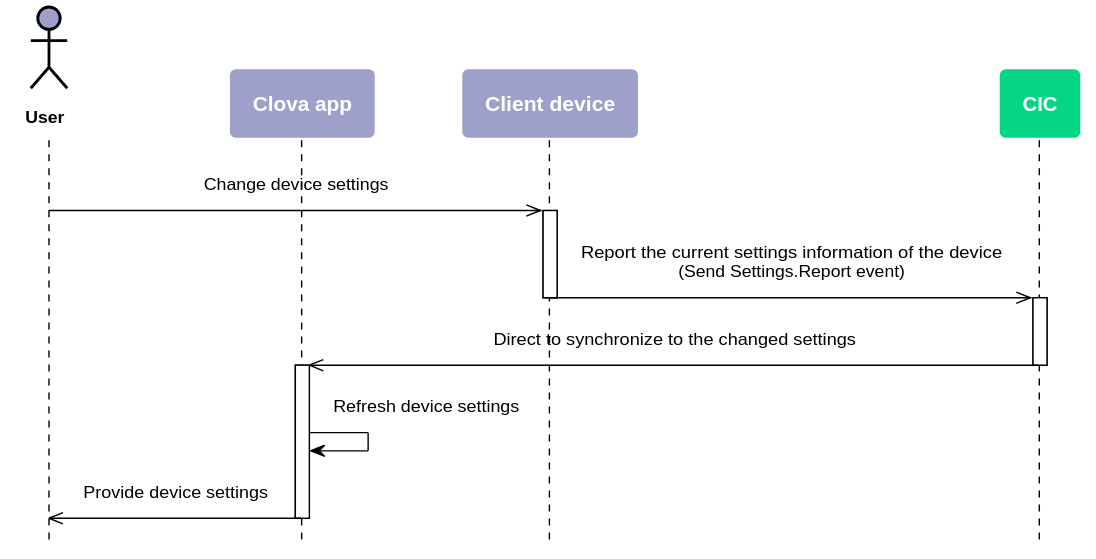
Earlier version of the PlantUML export en-KR/Develop/Assets/Images/CIC_Settings_Change_Settings_On_Device.svg (muchokwon/clova-client-developer-guide).
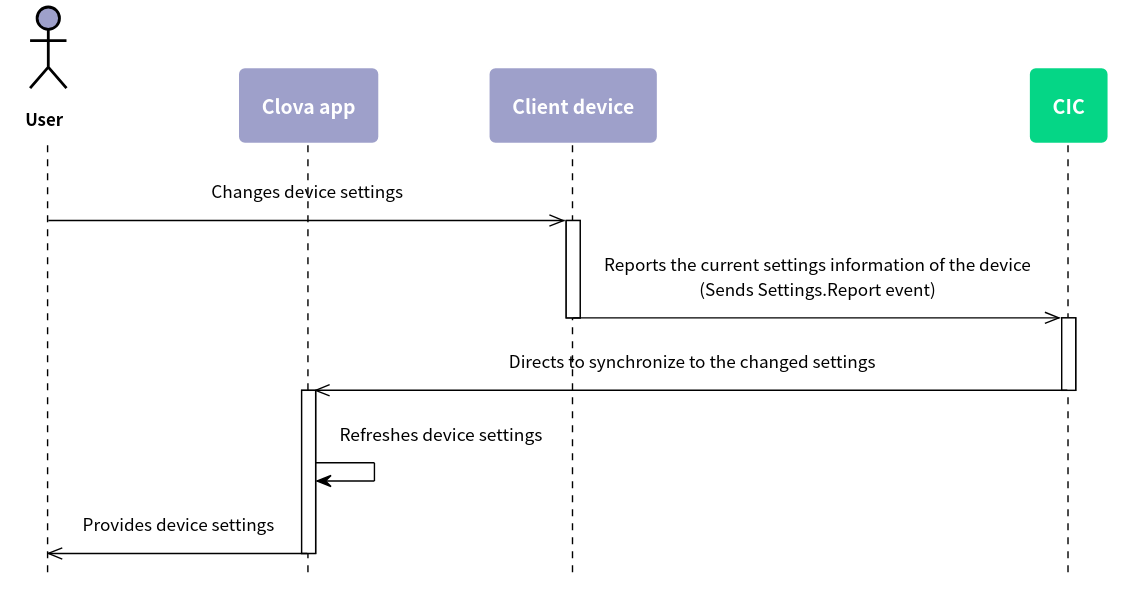
After the change.

Diff of the diagram source:
```diff
@@ -5,54 +5,72 @@
 skinparam roundcorner 10
 skinparam padding 10
 skinparam defaultFontSize 12
+skinparam defaultFontName "Noto Sans CJK KR"
+
+skinparam note {
+  BackgroundColor #9EA0CA
+  BorderColor #ffffff
+  FontColor #ffffff
+  FontSize 14
+  FontStyle bold
+}
+
 skinparam sequence {
-	ArrowColor #000000
-	ActorBorderColor #000000
-	ActorFontStyle Bolder
+  ArrowColor #000000
+  ActorBorderColor #000000
+  ActorFontStyle Bolder
 
-	LifeLineBorderColor #000000
-	LifeLineBackgroundColor transparent
-	ParticipantBorderColor transparent
-	ParticipantFontSize 14
-	ParticipantFontColor #ffffff
-	ParticipantFontStyle bold
 
-	BoxBorderColor #000000
-	BoxFontColor #ffffff
+  LifeLineBorderColor #000000
+  LifeLineBackgroundColor transparent
+  ParticipantBorderColor transparent
+  ParticipantFontSize 14
+  ParticipantFontColor #ffffff
+  ParticipantFontStyle bold
+
+  BoxBorderColor #000000
+  BoxFontColor #ffffff
     BoxFontSize 14
     BoxFontStyle bold
 }
-skinparam note {
-	BackgroundColor #9EA0CA
-	BorderColor #ffffff
-	FontColor #ffffff
-	FontSize 14
-	FontStyle bold
+hide footbox
+
+skinparam activity {
+  BackgroundColor #9EA0CA
+  BarColor #ffffff
+  BorderColor #ffffff
+  DiamondBackgroundColor #05D686
+  DiamondBorderColor #ffffff
+  DiamondFontColor #ffffff
+  DiamondFontSize 14
+  DiamondFontStyle bold
+  FontColor #ffffff
+  FontSize 14
+  FontStyle bold
 }
-hide footbox
 
 actor User as user #9EA0CA
 participant "Clova app" as ca #9EA0CA
 participant "Client device" as cli #9EA0CA
 participant CIC as cic #05D686
 
-user ->> cli: Change device settings
+user ->> cli: Changes device settings
 
 activate cli
-    cli ->> cic: Report the current settings information of the device\n(Send Settings.Report event)
+    cli ->> cic: Reports the current settings information of the device\n(Sends Settings.Report event)
 
 deactivate cli
 
 activate cic
 
-  cic ->> ca: Direct to synchronize to the changed settings
+  cic ->> ca: Directs to synchronize to the changed settings
 
 deactivate cic
 
 activate ca
 
-  ca -> ca: Refresh device settings
-  ca ->> user: Provide device settings
+  ca -> ca: Refreshes device settings
+  ca ->> user: Provides device settings
 
 deactivate ca
 
```
